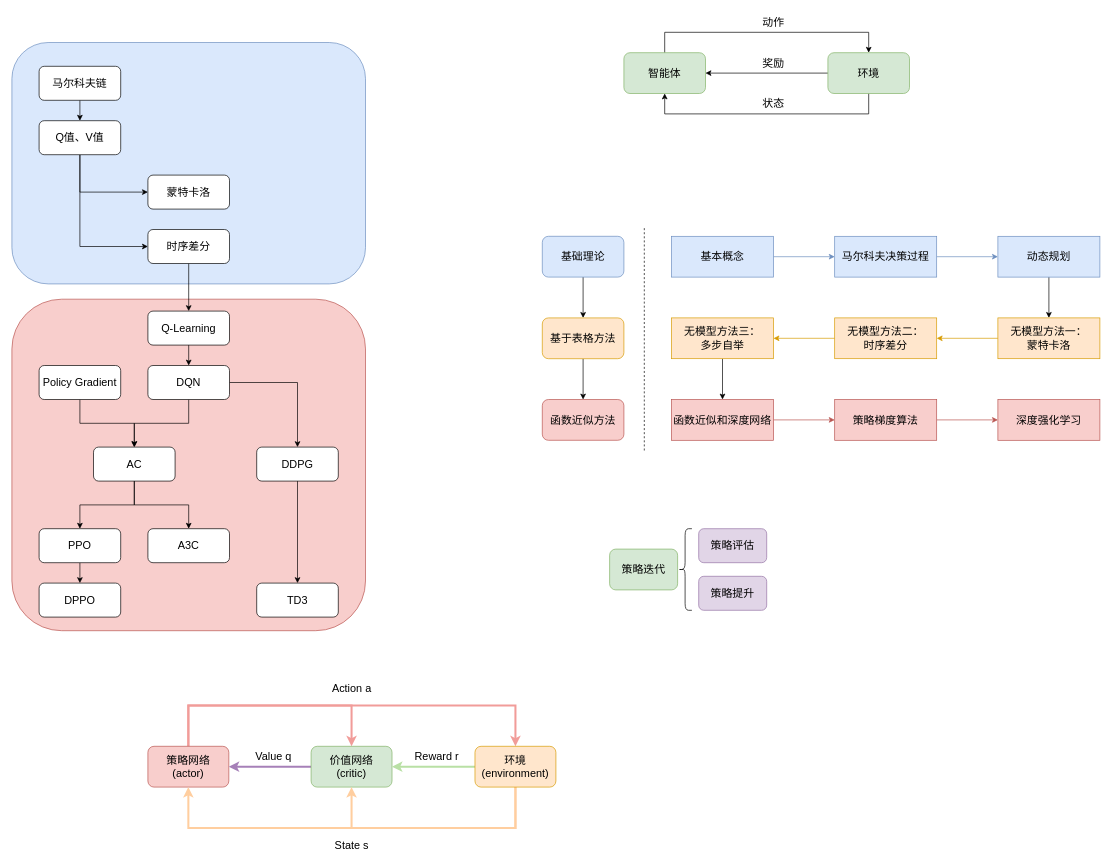
ZiqingYip/moment keeps this draw.io diagram as rl.drawio. Above is the earlier version. Source tidied: cells renumbered, new cells numbered last; positions are measured from the earlier drawing's top-left corner, leaving out a move shared by most shapes. Both pictures are drawn from the tidied source at 68%, with x=0, y=0 at pixel (12, 12).
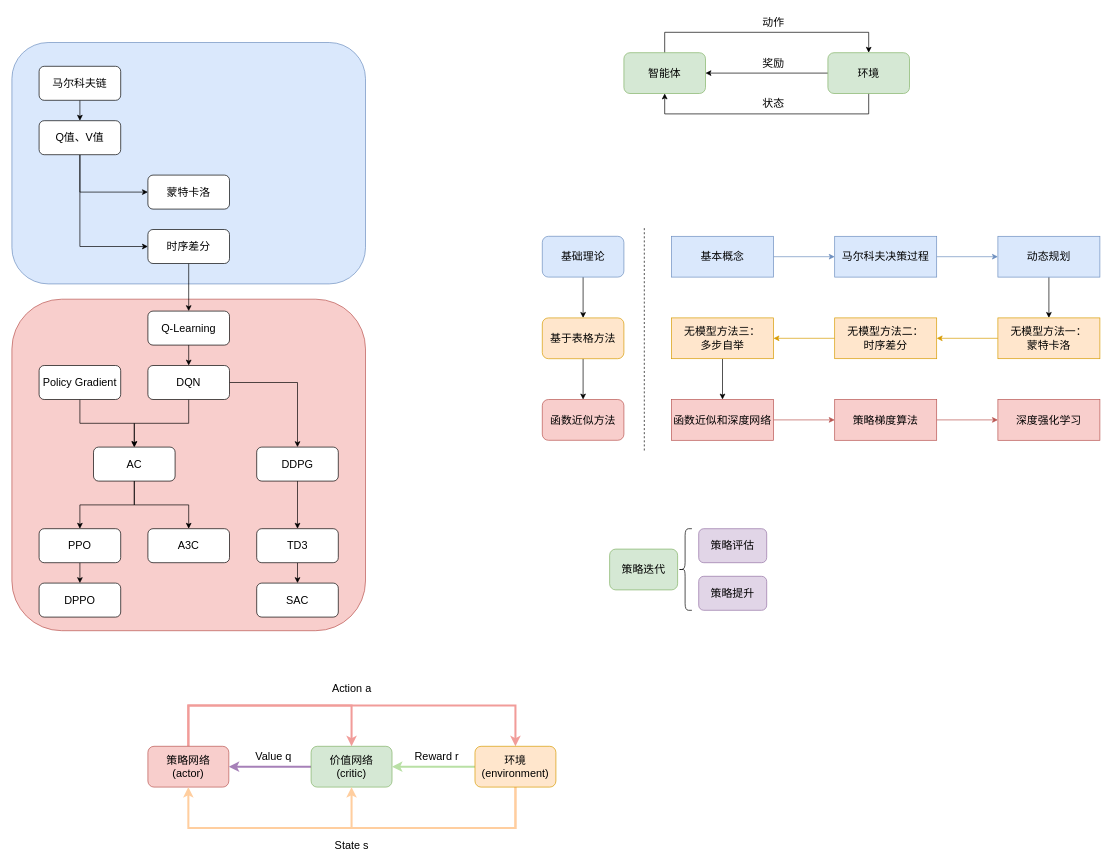
The same page after the edit.

The edit, as a diff of the source:
```diff
@@
+    <mxCell id="77" style="edgeStyle=orthogonalEdgeStyle;rounded=0;jettySize=auto;html=1;exitX=0.5;exitY=1;exitDx=0;exitDy=0;entryX=0.5;entryY=0;entryDx=0;entryDy=0;" parent="1" edge="1" source="63" target="78">
+      <mxGeometry relative="1" as="geometry" />
+    </mxCell>
     <mxCell id="63" value="TD3" style="rounded=1;whiteSpace=wrap;html=1;fontSize=16;" parent="1" vertex="1">
-      <mxGeometry x="360" y="840" width="120" height="50" as="geometry" />
+      <mxGeometry x="360" y="760" width="120" height="50" as="geometry" />
     </mxCell>
@@
+    <mxCell id="78" value="SAC" style="rounded=1;whiteSpace=wrap;html=1;fontSize=16;" parent="1" vertex="1">
+      <mxGeometry x="360" y="840" width="120" height="50" as="geometry" />
+    </mxCell>
```
